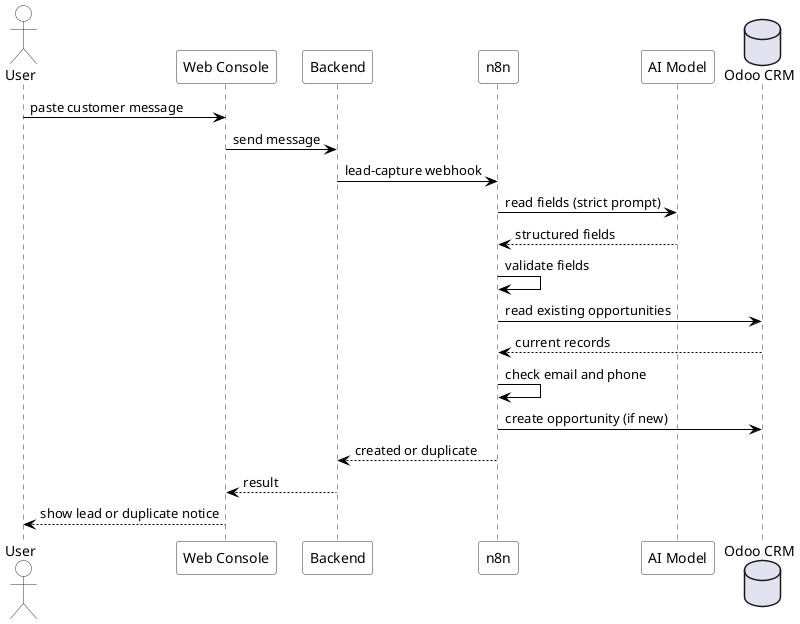
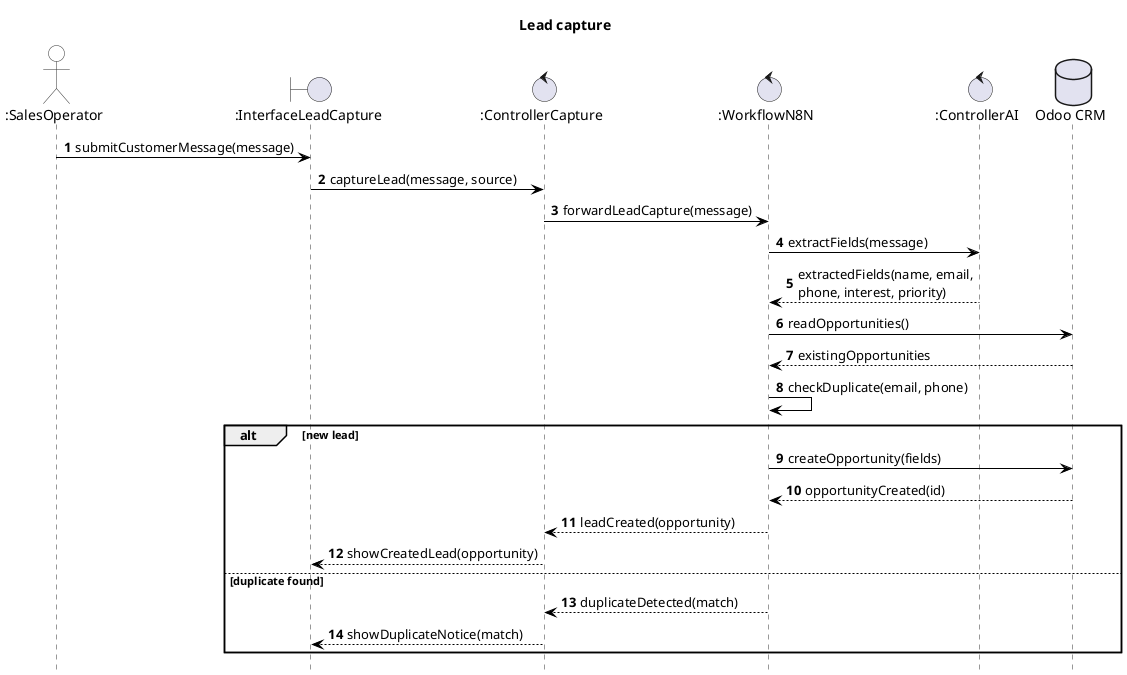
@startuml seq-lead-capture
+ ' Robustness / Boundary-Control-Entity (BCE) sequence diagram.
+ ' Visual skin kept black-and-white / Times New Roman to match the report
+ ' (enforced by _build/restyle_seq.py); the structure follows the BCE rules.
skinparam backgroundColor transparent
skinparam shadowing false
+ skinparam maxMessageSize 200
skinparam defaultFontName Times New Roman
skinparam sequence {
  ArrowColor #000000
  ArrowFontColor #000000
  LifeLineBorderColor #333333
  LifeLineBackgroundColor #FFFFFF
  ParticipantBackgroundColor #FFFFFF
  ParticipantFontColor #000000
  ParticipantBorderColor #333333
  ActorBackgroundColor #FFFFFF
  ActorBorderColor #333333
  DatabaseBackgroundColor #FFFFFF
  DatabaseBorderColor #333333
}
- actor User
- participant "Web Console" as Console
- participant "Backend" as Backend
- participant "n8n" as N8N
- participant "AI Model" as AI
+ hide footbox
+ autonumber
+ title Lead capture
+ 
+ actor ":SalesOperator" as Operator
+ boundary ":InterfaceLeadCapture" as UI
+ control ":ControllerCapture" as Capture
+ control ":WorkflowN8N" as N8N
+ control ":ControllerAI" as AI
database "Odoo CRM" as Odoo

- User -> Console : paste customer message
- Console -> Backend : send message
- Backend -> N8N : lead-capture webhook
- N8N -> AI : read fields (strict prompt)
- AI --> N8N : structured fields
- N8N -> N8N : validate fields
- N8N -> Odoo : read existing opportunities
- Odoo --> N8N : current records
- N8N -> N8N : check email and phone
- N8N -> Odoo : create opportunity (if new)
- N8N --> Backend : created or duplicate
- Backend --> Console : result
- Console --> User : show lead or duplicate notice
+ Operator -> UI : submitCustomerMessage(message)
+ UI -> Capture : captureLead(message, source)
+ Capture -> N8N : forwardLeadCapture(message)
+ N8N -> AI : extractFields(message)
+ AI --> N8N : extractedFields(name, email, phone, interest, priority)
+ N8N -> Odoo : readOpportunities()
+ Odoo --> N8N : existingOpportunities
+ N8N -> N8N : checkDuplicate(email, phone)
+ alt new lead
+   N8N -> Odoo : createOpportunity(fields)
+   Odoo --> N8N : opportunityCreated(id)
+   N8N --> Capture : leadCreated(opportunity)
+   Capture --> UI : showCreatedLead(opportunity)
+ else duplicate found
+   N8N --> Capture : duplicateDetected(match)
+   Capture --> UI : showDuplicateNotice(match)
+ end
@enduml
